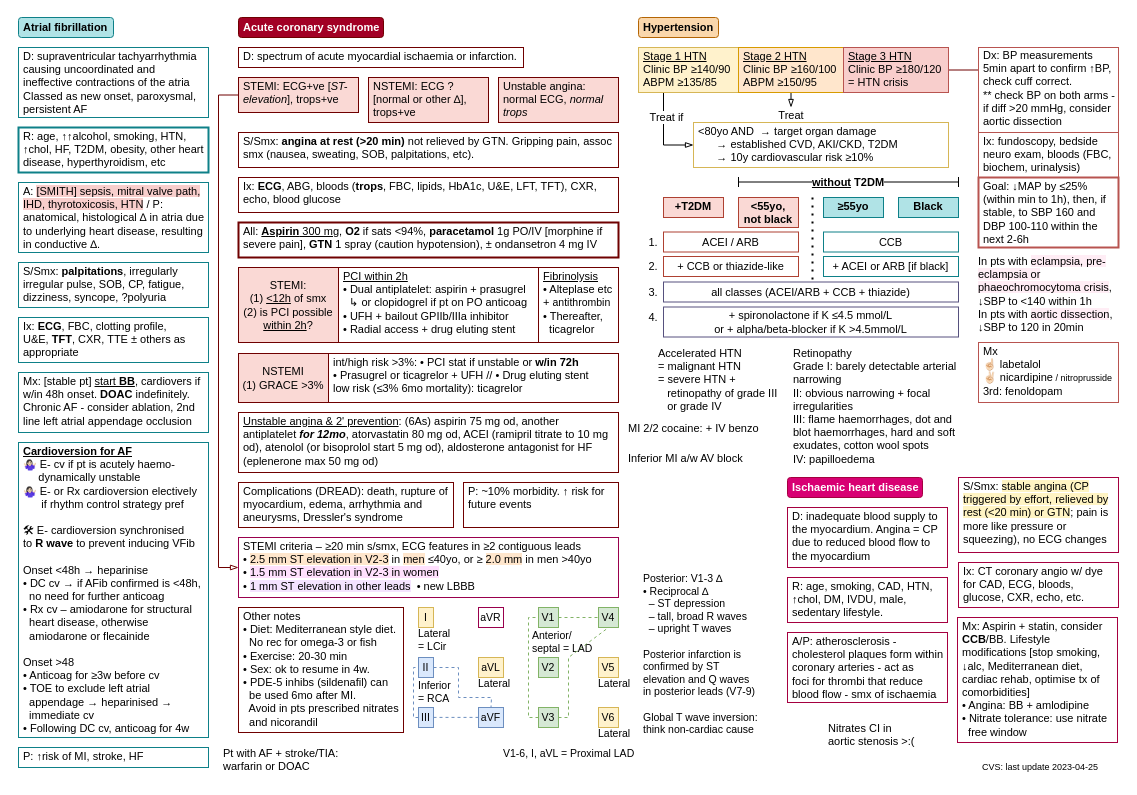
Earlier version of the draw.io diagram page "page-1" (1 of 5) of 01 CVS.drawio (joankl924/storage). Source tidied: cells renumbered, new cells numbered last; positions are measured from the earlier drawing's top-left corner, leaving out a move shared by most shapes. Both pictures are drawn from the tidied source at 100%, with x=0, y=0 at pixel (18, 17).
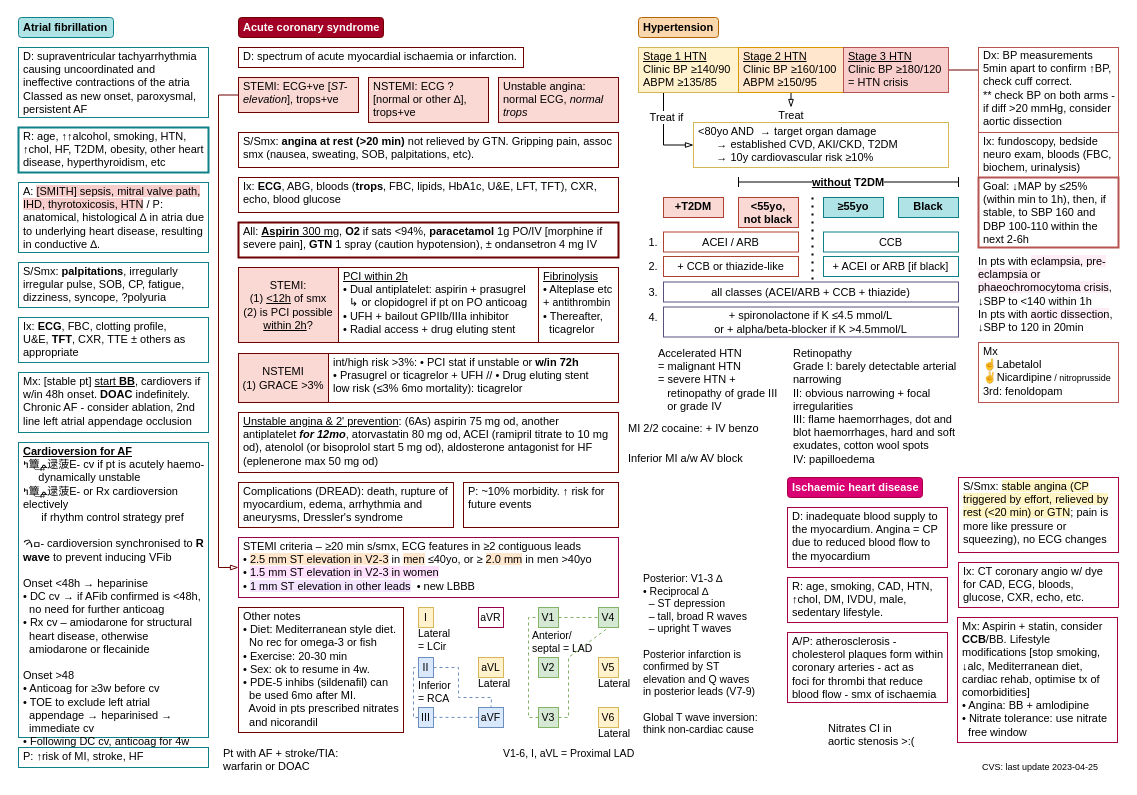
After the change.

Change to the diagram source:
```diff
@@
-    <mxCell id="9" value="&lt;b style=&quot;border-color: var(--border-color);&quot;&gt;&lt;u style=&quot;border-color: var(--border-color);&quot;&gt;Cardioversion for AF&lt;/u&gt;&lt;/b&gt;&lt;br style=&quot;border-color: var(--border-color);&quot;&gt;🤷🏻‍♀️ E- cv if pt is&amp;nbsp;acutely haemo-&lt;br&gt;&amp;nbsp; &amp;nbsp; &amp;nbsp;dynamically&amp;nbsp;unstable&amp;nbsp;&lt;br style=&quot;border-color: var(--border-color);&quot;&gt;🤷🏻‍♀️ E- or Rx cardioversion electively &lt;br&gt;&amp;nbsp; &amp;nbsp; &amp;nbsp; if&amp;nbsp;rhythm control strategy pref&lt;br style=&quot;border-color: var(--border-color);&quot;&gt;&lt;br style=&quot;border-color: var(--border-color);&quot;&gt;🛠 E- cardioversion synchronised to&amp;nbsp;&lt;b style=&quot;border-color: var(--border-color);&quot;&gt;R wave&lt;/b&gt;&amp;nbsp;to prevent inducing VFib&lt;br style=&quot;border-color: var(--border-color);&quot;&gt;&lt;br style=&quot;border-color: var(--border-color);&quot;&gt;Onset &amp;lt;48h → heparinise&lt;br style=&quot;border-color: var(--border-color);&quot;&gt;• DC cv → if AFib confirmed is &amp;lt;48h, &lt;br&gt;&amp;nbsp; no&amp;nbsp;need for further anticoag&lt;br style=&quot;border-color: var(--border-color);&quot;&gt;• Rx cv – amiodarone for structural &lt;br&gt;&amp;nbsp; heart&amp;nbsp;disease, otherwise&amp;nbsp; &lt;br&gt;&amp;nbsp; amiodarone or&amp;nbsp;flecainide&lt;br style=&quot;border-color: var(--border-color);&quot;&gt;&lt;br style=&quot;border-color: var(--border-color);&quot;&gt;Onset &amp;gt;48&lt;br style=&quot;border-color: var(--border-color);&quot;&gt;• Anticoag for ≥3w before cv&lt;br style=&quot;border-color: var(--border-color);&quot;&gt;• TOE to exclude left atrial &lt;br&gt;&amp;nbsp; appendage → heparinised → &lt;br&gt;&amp;nbsp; immediate cv&lt;br style=&quot;border-color: var(--border-color);&quot;&gt;• Following DC cv, anticoag for 4w" style="rounded=0;whiteSpace=wrap;html=1;spacingTop=-7;spacing=5;align=left;verticalAlign=top;strokeColor=#0E8088;fontSize=11;" parent="1" vertex="1">
+    <mxCell id="9" value="&lt;b style=&quot;border-color: var(--border-color);&quot;&gt;&lt;u style=&quot;border-color: var(--border-color);&quot;&gt;Cardioversion for AF&lt;/u&gt;&lt;/b&gt;&lt;br style=&quot;border-color: var(--border-color);&quot;&gt;ߤ簟ﻢ͢逯菠E- cv if pt is&amp;nbsp;acutely haemo-&lt;br&gt;&amp;nbsp; &amp;nbsp; &amp;nbsp;dynamically&amp;nbsp;unstable&amp;nbsp;&lt;br style=&quot;border-color: var(--border-color);&quot;&gt;ߤ簟ﻢ͢逯菠E- or Rx cardioversion electively &lt;br&gt;&amp;nbsp; &amp;nbsp; &amp;nbsp; if&amp;nbsp;rhythm control strategy pref&lt;br style=&quot;border-color: var(--border-color);&quot;&gt;&lt;br style=&quot;border-color: var(--border-color);&quot;&gt;ߛࠅ- cardioversion synchronised to&amp;nbsp;&lt;b style=&quot;border-color: var(--border-color);&quot;&gt;R wave&lt;/b&gt;&amp;nbsp;to prevent inducing VFib&lt;br style=&quot;border-color: var(--border-color);&quot;&gt;&lt;br style=&quot;border-color: var(--border-color);&quot;&gt;Onset &amp;lt;48h → heparinise&lt;br style=&quot;border-color: var(--border-color);&quot;&gt;• DC cv → if AFib confirmed is &amp;lt;48h, &lt;br&gt;&amp;nbsp; no&amp;nbsp;need for further anticoag&lt;br style=&quot;border-color: var(--border-color);&quot;&gt;• Rx cv – amiodarone for structural &lt;br&gt;&amp;nbsp; heart&amp;nbsp;disease, otherwise&amp;nbsp; &lt;br&gt;&amp;nbsp; amiodarone or&amp;nbsp;flecainide&lt;br style=&quot;border-color: var(--border-color);&quot;&gt;&lt;br style=&quot;border-color: var(--border-color);&quot;&gt;Onset &amp;gt;48&lt;br style=&quot;border-color: var(--border-color);&quot;&gt;• Anticoag for ≥3w before cv&lt;br style=&quot;border-color: var(--border-color);&quot;&gt;• TOE to exclude left atrial &lt;br&gt;&amp;nbsp; appendage → heparinised → &lt;br&gt;&amp;nbsp; immediate cv&lt;br style=&quot;border-color: var(--border-color);&quot;&gt;• Following DC cv, anticoag for 4w" style="rounded=0;whiteSpace=wrap;html=1;spacingTop=-7;spacing=5;align=left;verticalAlign=top;strokeColor=#0E8088;fontSize=11;" parent="1" vertex="1">
       <mxGeometry y="425" width="190" height="295" as="geometry" />
     </mxCell>
@@
-    <mxCell id="86" value="Mx&lt;br style=&quot;font-size: 11px;&quot;&gt;☝🏻 labetalol&lt;br style=&quot;font-size: 11px;&quot;&gt;✌🏻 nicardipine&lt;font style=&quot;font-size: 9px;&quot;&gt; /&amp;nbsp;&lt;/font&gt;&lt;font style=&quot;font-size: 9px;&quot;&gt;nitroprusside&lt;/font&gt;&lt;br style=&quot;font-size: 11px;&quot;&gt;3rd: fenoldopam&amp;nbsp;" style="rounded=0;whiteSpace=wrap;html=1;fontSize=11;labelPadding=0;spacing=5;align=left;verticalAlign=top;spacingTop=-7;fontColor=#000000;strokeColor=#B85450;" parent="1" vertex="1">
+    <mxCell id="86" value="Mx&lt;br style=&quot;font-size: 11px;&quot;&gt;☝Labetalol&lt;br style=&quot;font-size: 11px;&quot;&gt;✌Nicardipine&lt;font style=&quot;font-size: 9px;&quot;&gt; /&amp;nbsp;&lt;/font&gt;&lt;font style=&quot;font-size: 9px;&quot;&gt;nitroprusside&lt;/font&gt;&lt;br style=&quot;font-size: 11px;&quot;&gt;3rd: fenoldopam&amp;nbsp;" style="rounded=0;whiteSpace=wrap;html=1;fontSize=11;labelPadding=0;spacing=5;align=left;verticalAlign=top;spacingTop=-7;fontColor=#000000;strokeColor=#B85450;" parent="1" vertex="1">
       <mxGeometry x="960" y="325" width="140" height="60" as="geometry" />
     </mxCell>
```
